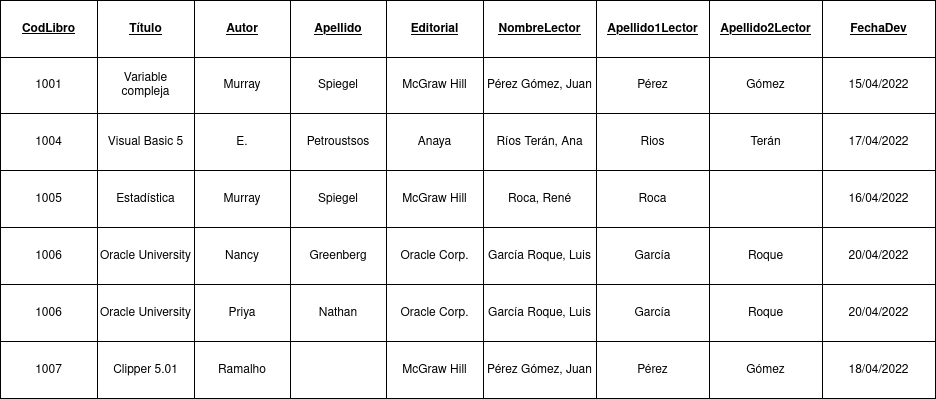
The draw.io diagram TAREAS/Tarea15/IMG/Normalización4.drawio.png in samugd17/base-datos-bae-, before a commit. Source tidied: cells renumbered, new cells last; positions are measured from the earlier drawing's top-left corner, leaving out a move shared by most shapes.
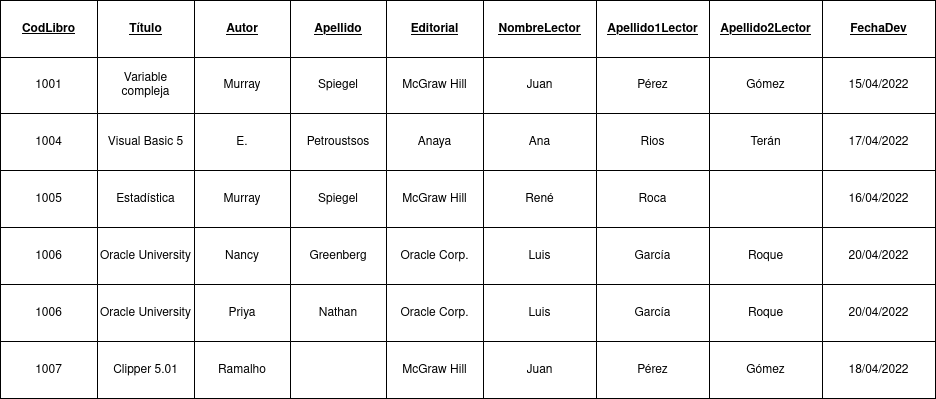
After the commit.

The edit, as a diff of the source:
```diff
@@ -53,7 +53,7 @@
     <mxCell id="18" value="McGraw Hill" style="shape=partialRectangle;html=1;whiteSpace=wrap;fillColor=none;top=0;left=0;bottom=0;right=0;overflow=hidden;" parent="13" vertex="1">
       <mxGeometry x="386" width="97" height="56" as="geometry" />
     </mxCell>
-    <mxCell id="19" value="Pérez Gómez, Juan" style="shape=partialRectangle;html=1;whiteSpace=wrap;fillColor=none;top=0;left=0;bottom=0;right=0;overflow=hidden;" parent="13" vertex="1">
+    <mxCell id="19" value="Juan" style="shape=partialRectangle;html=1;whiteSpace=wrap;fillColor=none;top=0;left=0;bottom=0;right=0;overflow=hidden;" parent="13" vertex="1">
       <mxGeometry x="483" width="113" height="56" as="geometry" />
     </mxCell>
     <mxCell id="20" value="Pérez" style="shape=partialRectangle;html=1;whiteSpace=wrap;fillColor=none;top=0;left=0;bottom=0;right=0;overflow=hidden;" parent="13" vertex="1">
@@ -83,7 +83,7 @@
     <mxCell id="28" value="Anaya" style="shape=partialRectangle;html=1;whiteSpace=wrap;fillColor=none;top=0;left=0;bottom=0;right=0;overflow=hidden;" parent="23" vertex="1">
       <mxGeometry x="386" width="97" height="57" as="geometry" />
     </mxCell>
-    <mxCell id="29" value="Ríos Terán, Ana" style="shape=partialRectangle;html=1;whiteSpace=wrap;fillColor=none;top=0;left=0;bottom=0;right=0;overflow=hidden;" parent="23" vertex="1">
+    <mxCell id="29" value="Ana" style="shape=partialRectangle;html=1;whiteSpace=wrap;fillColor=none;top=0;left=0;bottom=0;right=0;overflow=hidden;" parent="23" vertex="1">
       <mxGeometry x="483" width="113" height="57" as="geometry" />
     </mxCell>
     <mxCell id="30" value="Rios" style="shape=partialRectangle;html=1;whiteSpace=wrap;fillColor=none;top=0;left=0;bottom=0;right=0;overflow=hidden;" parent="23" vertex="1">
@@ -113,7 +113,7 @@
     <mxCell id="38" value="McGraw Hill" style="shape=partialRectangle;html=1;whiteSpace=wrap;fillColor=none;top=0;left=0;bottom=0;right=0;overflow=hidden;" parent="33" vertex="1">
       <mxGeometry x="386" width="97" height="57" as="geometry" />
     </mxCell>
-    <mxCell id="39" value="Roca, René" style="shape=partialRectangle;html=1;whiteSpace=wrap;fillColor=none;top=0;left=0;bottom=0;right=0;overflow=hidden;" parent="33" vertex="1">
+    <mxCell id="39" value="René" style="shape=partialRectangle;html=1;whiteSpace=wrap;fillColor=none;top=0;left=0;bottom=0;right=0;overflow=hidden;" parent="33" vertex="1">
       <mxGeometry x="483" width="113" height="57" as="geometry" />
     </mxCell>
     <mxCell id="40" value="Roca" style="shape=partialRectangle;html=1;whiteSpace=wrap;fillColor=none;top=0;left=0;bottom=0;right=0;overflow=hidden;" parent="33" vertex="1">
@@ -143,7 +143,7 @@
     <mxCell id="48" value="Oracle Corp." style="shape=partialRectangle;html=1;whiteSpace=wrap;fillColor=none;top=0;left=0;bottom=0;right=0;overflow=hidden;" parent="43" vertex="1">
       <mxGeometry x="386" width="97" height="57" as="geometry" />
     </mxCell>
-    <mxCell id="49" value="García Roque, Luis" style="shape=partialRectangle;html=1;whiteSpace=wrap;fillColor=none;top=0;left=0;bottom=0;right=0;overflow=hidden;" parent="43" vertex="1">
+    <mxCell id="49" value="Luis" style="shape=partialRectangle;html=1;whiteSpace=wrap;fillColor=none;top=0;left=0;bottom=0;right=0;overflow=hidden;" parent="43" vertex="1">
       <mxGeometry x="483" width="113" height="57" as="geometry" />
     </mxCell>
     <mxCell id="50" value="García" style="shape=partialRectangle;html=1;whiteSpace=wrap;fillColor=none;top=0;left=0;bottom=0;right=0;overflow=hidden;" parent="43" vertex="1">
@@ -173,7 +173,7 @@
     <mxCell id="58" value="Oracle Corp." style="shape=partialRectangle;html=1;whiteSpace=wrap;fillColor=none;top=0;left=0;bottom=0;right=0;overflow=hidden;" parent="53" vertex="1">
       <mxGeometry x="386" width="97" height="57" as="geometry" />
     </mxCell>
-    <mxCell id="59" value="García Roque, Luis" style="shape=partialRectangle;html=1;whiteSpace=wrap;fillColor=none;top=0;left=0;bottom=0;right=0;overflow=hidden;" parent="53" vertex="1">
+    <mxCell id="59" value="Luis" style="shape=partialRectangle;html=1;whiteSpace=wrap;fillColor=none;top=0;left=0;bottom=0;right=0;overflow=hidden;" parent="53" vertex="1">
       <mxGeometry x="483" width="113" height="57" as="geometry" />
     </mxCell>
     <mxCell id="60" value="García" style="shape=partialRectangle;html=1;whiteSpace=wrap;fillColor=none;top=0;left=0;bottom=0;right=0;overflow=hidden;" parent="53" vertex="1">
@@ -203,7 +203,7 @@
     <mxCell id="68" value="McGraw Hill" style="shape=partialRectangle;html=1;whiteSpace=wrap;fillColor=none;top=0;left=0;bottom=0;right=0;overflow=hidden;" parent="63" vertex="1">
       <mxGeometry x="386" width="97" height="57" as="geometry" />
     </mxCell>
-    <mxCell id="69" value="Pérez Gómez, Juan" style="shape=partialRectangle;html=1;whiteSpace=wrap;fillColor=none;top=0;left=0;bottom=0;right=0;overflow=hidden;" parent="63" vertex="1">
+    <mxCell id="69" value="Juan" style="shape=partialRectangle;html=1;whiteSpace=wrap;fillColor=none;top=0;left=0;bottom=0;right=0;overflow=hidden;" parent="63" vertex="1">
       <mxGeometry x="483" width="113" height="57" as="geometry" />
     </mxCell>
     <mxCell id="70" value="Pérez" style="shape=partialRectangle;html=1;whiteSpace=wrap;fillColor=none;top=0;left=0;bottom=0;right=0;overflow=hidden;" parent="63" vertex="1">
```
